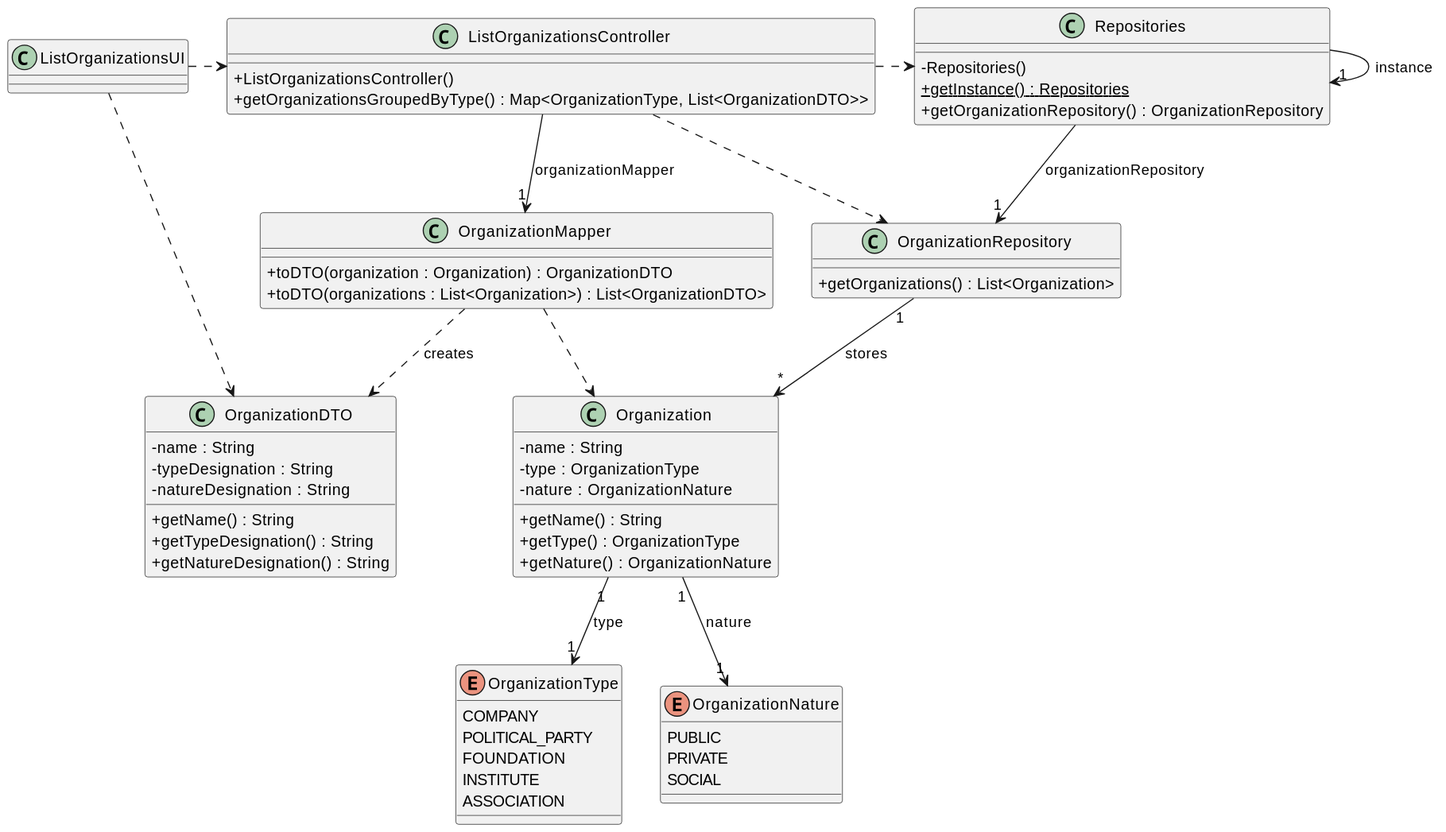
The PlantUML diagram docs/system-documentation/US03/03.design/svg/US03_CD.svg in brunodspinto/crystal-clear-platform, before a commit.
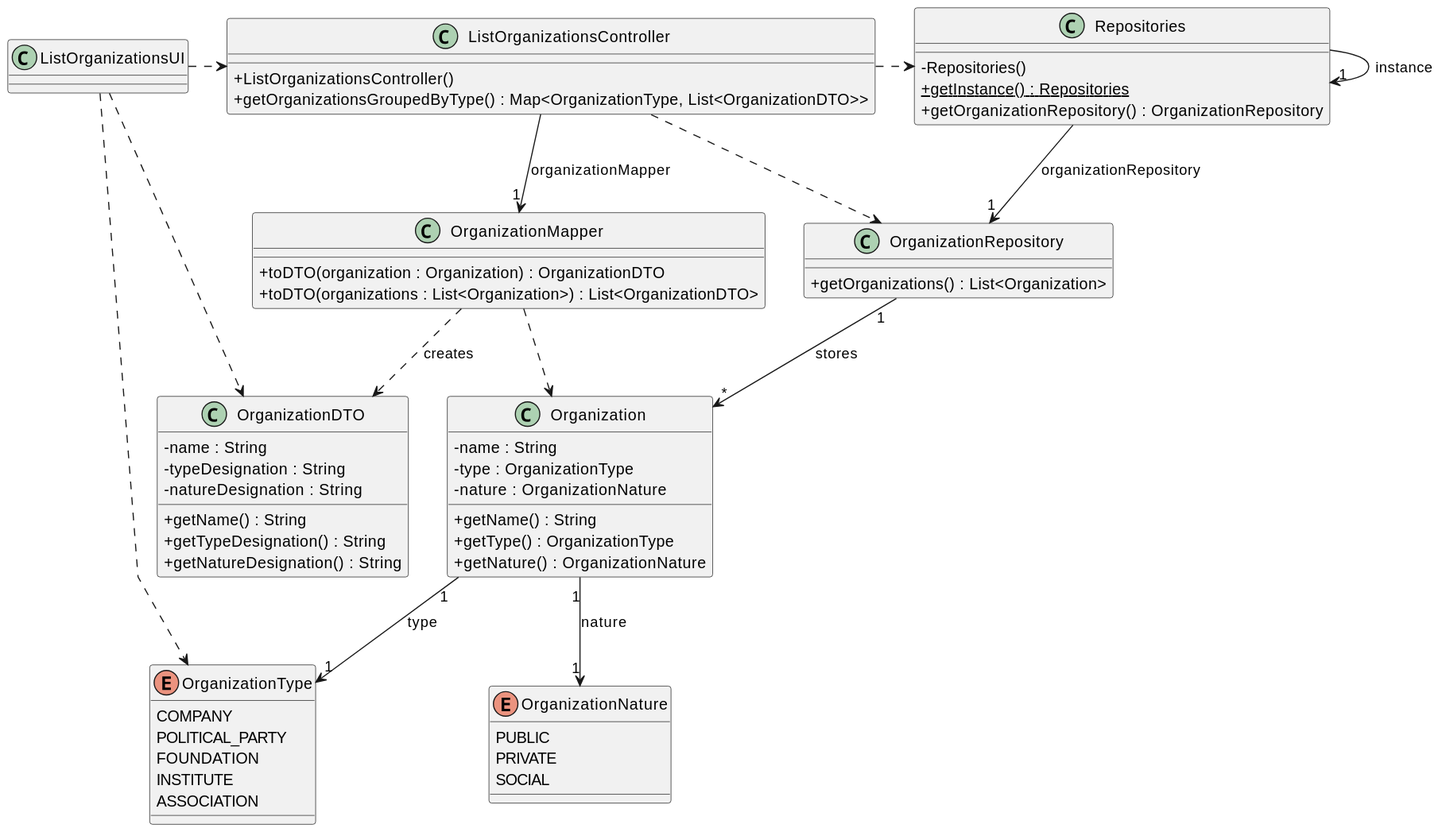
Above is the later version.

What changed in the source:
```diff
@@ -61,6 +61,7 @@
 
 ListOrganizationsUI .> ListOrganizationsController
 ListOrganizationsUI ..> OrganizationDTO
+ListOrganizationsUI ..> OrganizationType
 ListOrganizationsController --> "1" OrganizationMapper : organizationMapper
 OrganizationMapper ..> OrganizationDTO : creates
 OrganizationMapper ..> Organization
```
